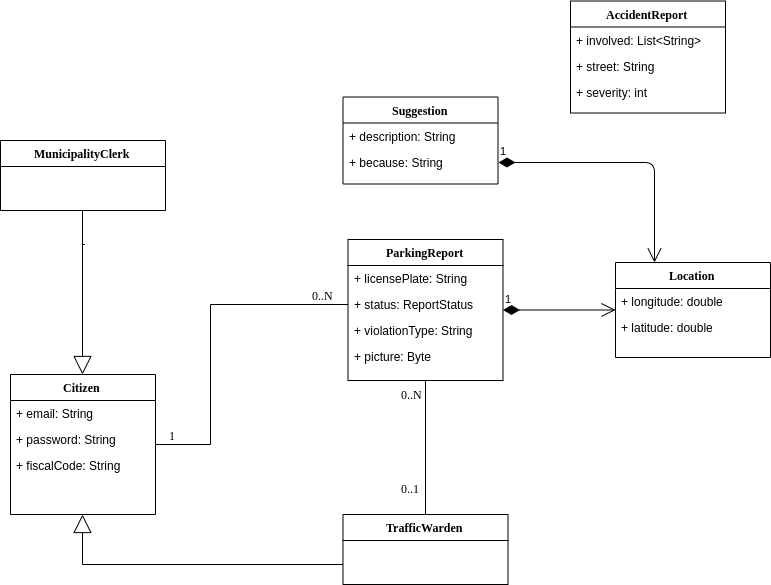
Above: RASD/images/class-diagram.png in f3d0ss/CazzolaDotti-se2 (draw.io), before the change. Source tidied: cells renumbered, new cells last; positions are measured from the earlier drawing's top-left corner, leaving out a move shared by most shapes.
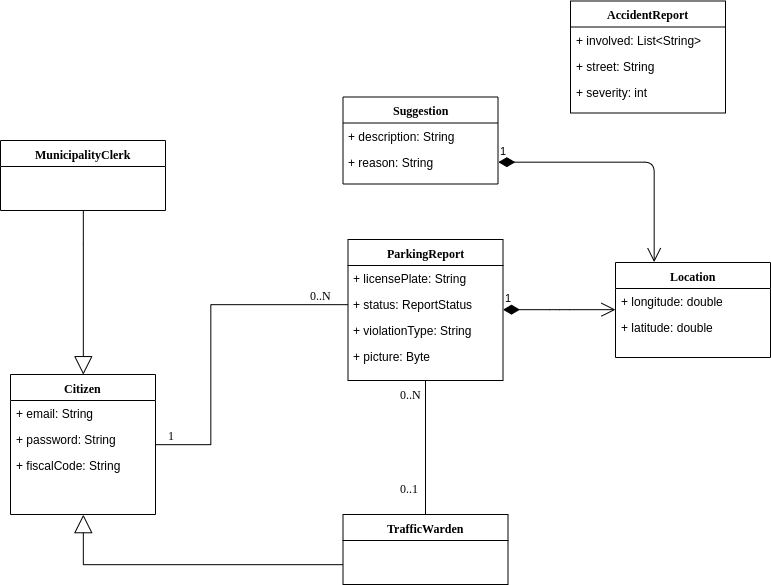
Above is the later version.

Commit message:
change notation reason

The edit, as a diff of the source:
```diff
@@ -111,7 +111,7 @@
     <mxCell id="30" value="+ description: String" style="text;html=1;strokeColor=none;fillColor=none;align=left;verticalAlign=top;spacingLeft=4;spacingRight=4;whiteSpace=wrap;overflow=hidden;" parent="29" vertex="1">
       <mxGeometry y="26" width="155" height="26" as="geometry" />
     </mxCell>
-    <mxCell id="31" value="+ because: String" style="text;html=1;strokeColor=none;fillColor=none;align=left;verticalAlign=top;spacingLeft=4;spacingRight=4;whiteSpace=wrap;overflow=hidden;points=[[0,0.5],[1,0.5]];portConstraint=eastwest;" parent="29" vertex="1">
+    <mxCell id="31" value="+ reason: String" style="text;html=1;strokeColor=none;fillColor=none;align=left;verticalAlign=top;spacingLeft=4;spacingRight=4;whiteSpace=wrap;overflow=hidden;points=[[0,0.5],[1,0.5]];portConstraint=eastwest;" parent="29" vertex="1">
       <mxGeometry y="52" width="155" height="26" as="geometry" />
     </mxCell>
     <mxCell id="32" value="1" style="endArrow=open;html=1;endSize=12;startArrow=diamondThin;startSize=14;startFill=1;edgeStyle=orthogonalEdgeStyle;align=left;verticalAlign=bottom;exitX=1;exitY=0.5;exitDx=0;exitDy=0;entryX=0.25;entryY=0;entryDx=0;entryDy=0;" parent="1" edge="1" source="31" target="12">
```
